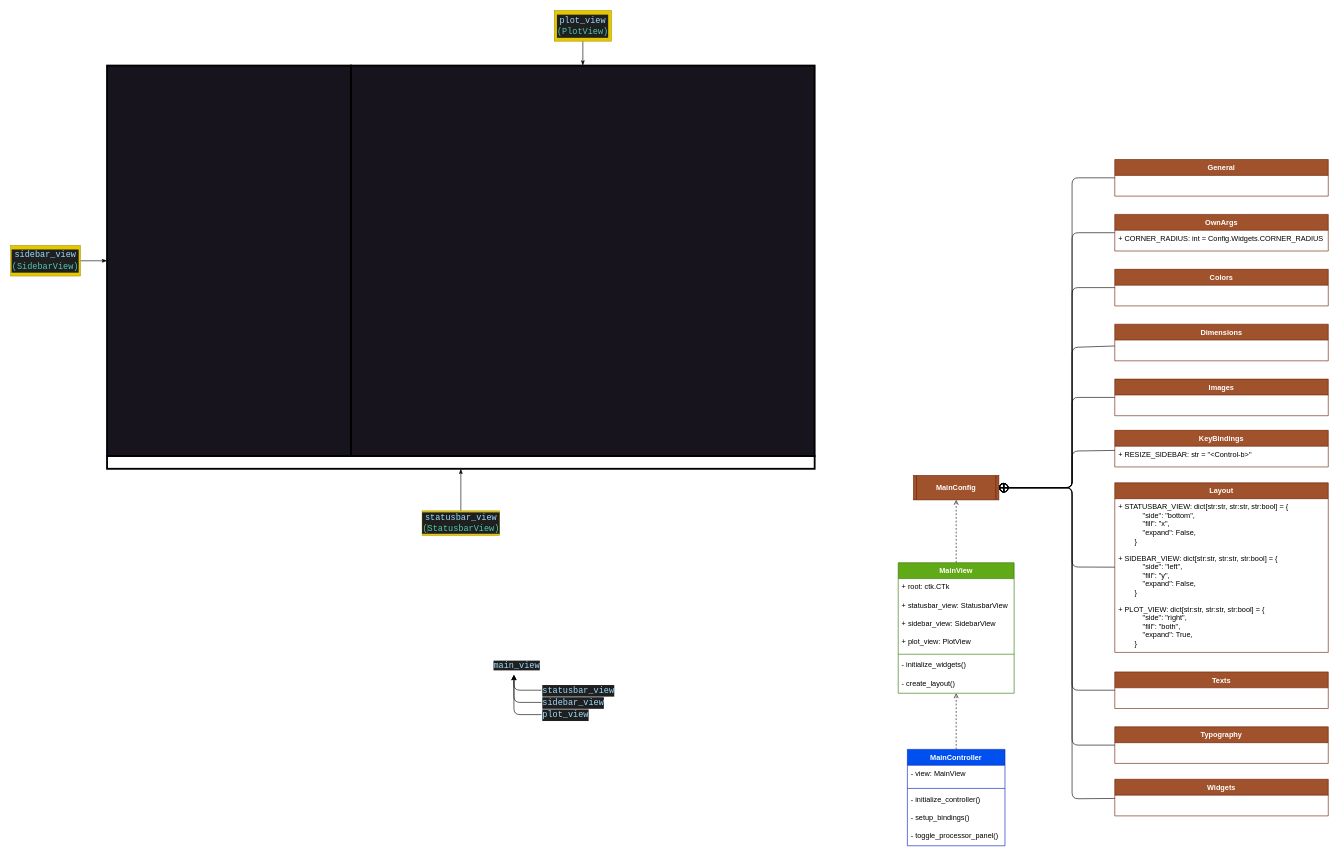
Before: documentation/main_ui.drawio in SamerKharabish/CSVision, a draw.io diagram. Source tidied: cells renumbered, new cells numbered last; positions are measured from the earlier drawing's top-left corner, leaving out a move shared by most shapes. Both pictures are drawn from the tidied source at 61%, with x=0, y=0 at pixel (10, 10).
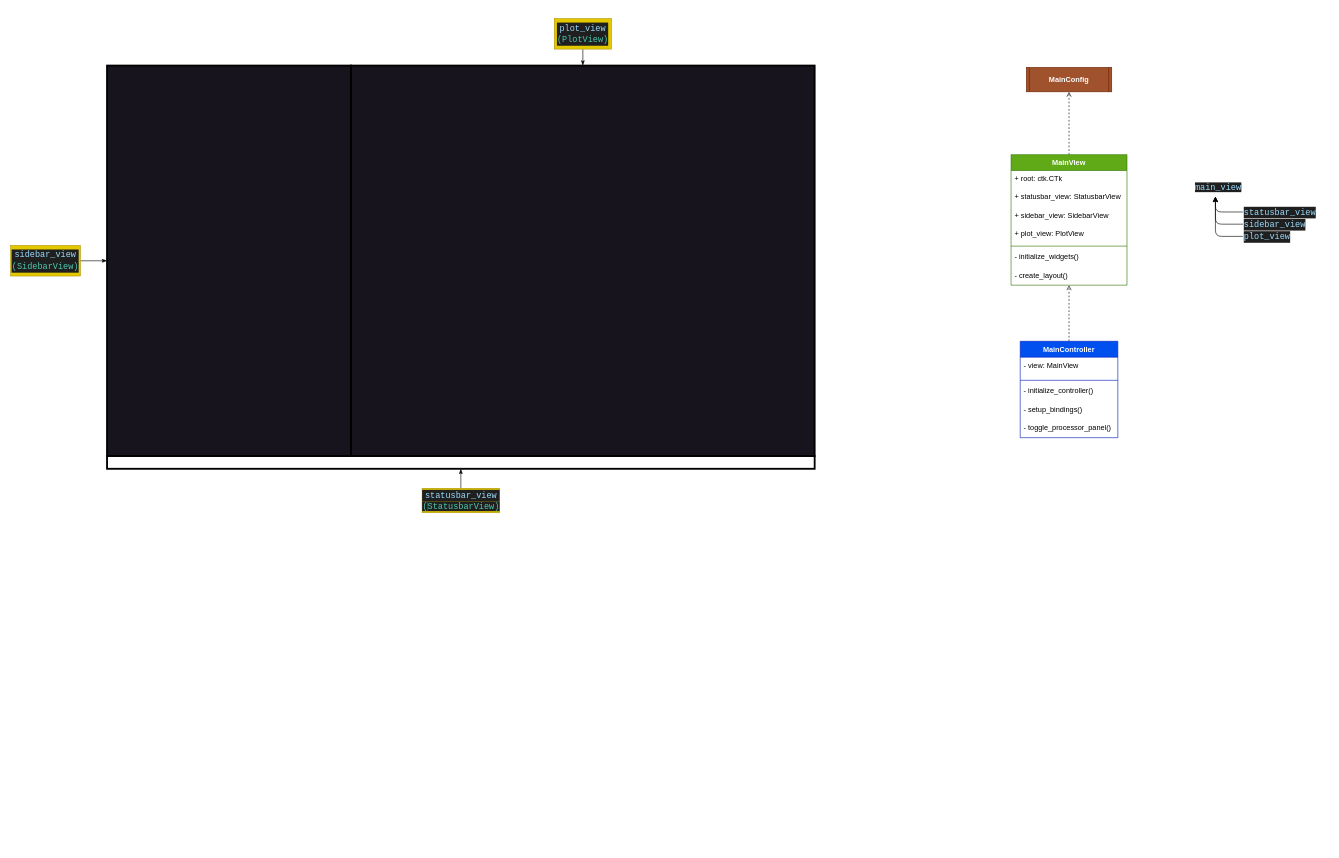
The same page after the edit.

The edit, as a diff of the source:
```diff
@@
     <mxCell id="8" value="&lt;div style=&quot;color: rgb(204, 204, 204); background-color: rgb(31, 31, 31); font-family: Consolas, &amp;quot;Courier New&amp;quot;, monospace; font-size: 14px; line-height: 19px;&quot;&gt;&lt;span style=&quot;color: #9cdcfe;&quot;&gt;statusbar_view&lt;/span&gt;&lt;/div&gt;&lt;span style=&quot;color: rgb(78, 201, 176); font-family: Consolas, &amp;quot;Courier New&amp;quot;, monospace; font-size: 14px; background-color: rgb(31, 31, 31);&quot;&gt;(&lt;/span&gt;&lt;span style=&quot;color: rgb(78, 201, 176); background-color: rgb(31, 31, 31); font-family: Consolas, &amp;quot;Courier New&amp;quot;, monospace; font-size: 14px;&quot;&gt;StatusbarView)&lt;/span&gt;&lt;span style=&quot;color: rgb(78, 201, 176); font-family: Consolas, &amp;quot;Courier New&amp;quot;, monospace; font-size: 14px; background-color: rgb(31, 31, 31);&quot;&gt;&lt;br&gt;&lt;/span&gt;" style="text;html=1;strokeColor=#B09500;fillColor=#e3c800;align=center;verticalAlign=middle;whiteSpace=wrap;rounded=0;fontColor=#000000;" parent="1" vertex="1">
-      <mxGeometry x="674.5" y="820" width="127" height="40" as="geometry" />
+      <mxGeometry x="674.5" y="783" width="127" height="40" as="geometry" />
     </mxCell>
@@
     <mxCell id="11" value="&lt;div style=&quot;color: rgb(204, 204, 204); background-color: rgb(31, 31, 31); font-family: Consolas, &amp;quot;Courier New&amp;quot;, monospace; font-weight: normal; font-size: 14px; line-height: 19px;&quot;&gt;&lt;div style=&quot;line-height: 19px;&quot;&gt;&lt;div style=&quot;line-height: 19px;&quot;&gt;&lt;div style=&quot;line-height: 19px;&quot;&gt;&lt;div style=&quot;line-height: 19px;&quot;&gt;&lt;div style=&quot;line-height: 19px;&quot;&gt;&lt;div style=&quot;line-height: 19px;&quot;&gt;&lt;span style=&quot;color: #9cdcfe;&quot;&gt;plot_view&lt;/span&gt;&lt;/div&gt;&lt;/div&gt;&lt;/div&gt;&lt;div style=&quot;line-height: 19px;&quot;&gt;&lt;span style=&quot;color: #4ec9b0;&quot;&gt;(&lt;/span&gt;&lt;span style=&quot;color: rgb(78, 201, 176);&quot;&gt;PlotView&lt;/span&gt;&lt;span style=&quot;color: rgb(78, 201, 176);&quot;&gt;)&lt;/span&gt;&lt;br&gt;&lt;/div&gt;&lt;/div&gt;&lt;/div&gt;&lt;/div&gt;&lt;/div&gt;" style="text;whiteSpace=wrap;html=1;align=center;fillColor=#e3c800;fontColor=#000000;strokeColor=#B09500;" parent="1" vertex="1">
-      <mxGeometry x="891.2" width="93.6" height="50" as="geometry" />
+      <mxGeometry x="891.2" y="13" width="93.6" height="50" as="geometry" />
     </mxCell>
     <mxCell id="12" value="&lt;span style=&quot;color: rgb(156, 220, 254); font-family: Consolas, &amp;quot;Courier New&amp;quot;, monospace; font-size: 14px; text-align: center; background-color: rgb(31, 31, 31);&quot;&gt;main_view&lt;/span&gt;" style="text;whiteSpace=wrap;html=1;" parent="1" vertex="1">
-      <mxGeometry x="790" y="1059" width="70" height="30" as="geometry" />
+      <mxGeometry x="1940" y="275" width="70" height="30" as="geometry" />
     </mxCell>
     <mxCell id="13" style="edgeStyle=none;html=1;entryX=0.5;entryY=1;entryDx=0;entryDy=0;" parent="1" edge="1" source="14" target="12">
       <mxGeometry relative="1" as="geometry">
         <Array as="points">
-          <mxPoint x="825" y="1114" />
+          <mxPoint x="1975" y="330" />
         </Array>
       </mxGeometry>
     </mxCell>
     <mxCell id="14" value="&lt;div style=&quot;color: rgb(204, 204, 204); background-color: rgb(31, 31, 31); font-family: Consolas, &amp;quot;Courier New&amp;quot;, monospace; font-size: 14px; line-height: 19px;&quot;&gt;&lt;span style=&quot;color: #9cdcfe;&quot;&gt;statusbar_view&lt;/span&gt;&lt;/div&gt;" style="text;whiteSpace=wrap;html=1;" parent="1" vertex="1">
-      <mxGeometry x="870" y="1099" width="120" height="30" as="geometry" />
+      <mxGeometry x="2020" y="315" width="120" height="30" as="geometry" />
     </mxCell>
     <mxCell id="15" style="edgeStyle=none;html=1;entryX=0.5;entryY=1;entryDx=0;entryDy=0;" parent="1" edge="1" source="16" target="12">
       <mxGeometry relative="1" as="geometry">
         <Array as="points">
-          <mxPoint x="825" y="1134" />
+          <mxPoint x="1975" y="350" />
         </Array>
       </mxGeometry>
     </mxCell>
     <mxCell id="16" value="&lt;div style=&quot;color: rgb(204, 204, 204); background-color: rgb(31, 31, 31); font-family: Consolas, &amp;quot;Courier New&amp;quot;, monospace; font-weight: normal; font-size: 14px; line-height: 19px;&quot;&gt;&lt;div&gt;&lt;span style=&quot;color: #9cdcfe;&quot;&gt;sidebar_view&lt;/span&gt;&lt;/div&gt;&lt;/div&gt;" style="text;whiteSpace=wrap;html=1;" parent="1" vertex="1">
-      <mxGeometry x="870" y="1119" width="100" height="30" as="geometry" />
+      <mxGeometry x="2020" y="335" width="100" height="30" as="geometry" />
     </mxCell>
     <mxCell id="17" style="edgeStyle=none;html=1;entryX=0.5;entryY=1;entryDx=0;entryDy=0;" parent="1" edge="1" source="18" target="12">
       <mxGeometry relative="1" as="geometry">
         <Array as="points">
-          <mxPoint x="825" y="1154" />
+          <mxPoint x="1975" y="370" />
         </Array>
       </mxGeometry>
     </mxCell>
     <mxCell id="18" value="&lt;div style=&quot;color: rgb(204, 204, 204); background-color: rgb(31, 31, 31); font-family: Consolas, &amp;quot;Courier New&amp;quot;, monospace; font-weight: normal; font-size: 14px; line-height: 19px;&quot;&gt;&lt;div&gt;&lt;span style=&quot;color: #9cdcfe;&quot;&gt;plot_view&lt;/span&gt;&lt;/div&gt;&lt;/div&gt;" style="text;whiteSpace=wrap;html=1;" parent="1" vertex="1">
-      <mxGeometry x="870" y="1139" width="70" height="30" as="geometry" />
+      <mxGeometry x="2020" y="355" width="70" height="30" as="geometry" />
     </mxCell>
@@
     <mxCell id="20" value="MainController" style="swimlane;fontStyle=1;align=center;verticalAlign=top;horizontal=1;startSize=26;rounded=0;fillColor=#0050ef;fontColor=#ffffff;strokeColor=#001DBC;" parent="1" vertex="1">
-      <mxGeometry x="1470" y="1211" width="160" height="158" as="geometry" />
+      <mxGeometry x="1655" y="542" width="160" height="158" as="geometry" />
     </mxCell>
@@
     <mxCell id="27" value="MainView" style="swimlane;fontStyle=1;align=center;verticalAlign=top;horizontal=1;startSize=26;rounded=0;fillColor=#60a917;fontColor=#ffffff;strokeColor=#2D7600;" parent="1" vertex="1">
-      <mxGeometry x="1455" y="905" width="190" height="214" as="geometry" />
+      <mxGeometry x="1640" y="236" width="190" height="214" as="geometry" />
     </mxCell>
@@
-    <mxCell id="35" style="edgeStyle=none;html=1;entryX=1;entryY=0.5;entryDx=0;entryDy=0;endArrow=circlePlus;endFill=0;" parent="1" edge="1" source="36" target="37">
-      <mxGeometry relative="1" as="geometry">
-        <Array as="points">
-          <mxPoint x="1740" y="274" />
-          <mxPoint x="1740" y="782" />
-        </Array>
-      </mxGeometry>
-    </mxCell>
-    <mxCell id="36" value="General" style="swimlane;fontStyle=1;align=center;verticalAlign=top;horizontal=1;startSize=26;rounded=0;fillColor=#a0522d;fontColor=#ffffff;strokeColor=#6D1F00;" parent="1" vertex="1">
-      <mxGeometry x="1810" y="244" width="350" height="60" as="geometry" />
-    </mxCell>
     <mxCell id="37" value="MainConfig" style="shape=process2;fixedSize=1;size=5;fontStyle=1;fillColor=#a0522d;fontColor=#ffffff;strokeColor=#6D1F00;" parent="1" vertex="1">
-      <mxGeometry x="1480" y="762" width="140" height="40" as="geometry" />
+      <mxGeometry x="1665" y="93" width="140" height="40" as="geometry" />
     </mxCell>
-    <mxCell id="38" style="edgeStyle=none;html=1;entryX=1;entryY=0.5;entryDx=0;entryDy=0;endArrow=circlePlus;endFill=0;" parent="1" edge="1" source="39" target="37">
-      <mxGeometry relative="1" as="geometry">
-        <Array as="points">
-          <mxPoint x="1740" y="454" />
-          <mxPoint x="1740" y="782" />
-        </Array>
-      </mxGeometry>
-    </mxCell>
-    <mxCell id="39" value="Colors" style="swimlane;fontStyle=1;align=center;verticalAlign=top;horizontal=1;startSize=26;rounded=0;fillColor=#a0522d;fontColor=#ffffff;strokeColor=#6D1F00;" parent="1" vertex="1">
-      <mxGeometry x="1810" y="424" width="350" height="60" as="geometry" />
-    </mxCell>
-    <mxCell id="40" style="edgeStyle=none;html=1;entryX=1;entryY=0.5;entryDx=0;entryDy=0;endArrow=circlePlus;endFill=0;" parent="1" edge="1" source="41" target="37">
-      <mxGeometry relative="1" as="geometry">
-        <Array as="points">
-          <mxPoint x="1740" y="552" />
-          <mxPoint x="1740" y="782" />
-        </Array>
-      </mxGeometry>
-    </mxCell>
-    <mxCell id="41" value="Dimensions" style="swimlane;fontStyle=1;align=center;verticalAlign=top;horizontal=1;startSize=26;rounded=0;fillColor=#a0522d;fontColor=#ffffff;strokeColor=#6D1F00;" parent="1" vertex="1">
-      <mxGeometry x="1810" y="514" width="350" height="60" as="geometry" />
-    </mxCell>
-    <mxCell id="42" style="edgeStyle=none;html=1;entryX=1;entryY=0.5;entryDx=0;entryDy=0;endArrow=circlePlus;endFill=0;" parent="1" edge="1" source="43" target="37">
-      <mxGeometry relative="1" as="geometry">
-        <Array as="points">
-          <mxPoint x="1740" y="634" />
-          <mxPoint x="1740" y="782" />
-        </Array>
-      </mxGeometry>
-    </mxCell>
-    <mxCell id="43" value="Images" style="swimlane;fontStyle=1;align=center;verticalAlign=top;horizontal=1;startSize=26;rounded=0;fillColor=#a0522d;fontColor=#ffffff;strokeColor=#6D1F00;" parent="1" vertex="1">
-      <mxGeometry x="1810" y="604" width="350" height="60" as="geometry" />
-    </mxCell>
-    <mxCell id="44" style="edgeStyle=none;html=1;entryX=1;entryY=0.5;entryDx=0;entryDy=0;endArrow=circlePlus;endFill=0;" parent="1" edge="1" source="45" target="37">
-      <mxGeometry relative="1" as="geometry">
-        <Array as="points">
-          <mxPoint x="1740" y="912" />
-          <mxPoint x="1740" y="782" />
-        </Array>
-      </mxGeometry>
-    </mxCell>
-    <mxCell id="45" value="Layout" style="swimlane;fontStyle=1;align=center;verticalAlign=top;horizontal=1;startSize=26;rounded=0;fillColor=#a0522d;fontColor=#ffffff;strokeColor=#6D1F00;" parent="1" vertex="1">
-      <mxGeometry x="1810" y="774" width="350" height="278" as="geometry" />
-    </mxCell>
-    <mxCell id="46" value="+ STATUSBAR_VIEW: dict[str:str, str:str, str:bool] = {&#10;            &quot;side&quot;: &quot;bottom&quot;,&#10;            &quot;fill&quot;: &quot;x&quot;,&#10;            &quot;expand&quot;: False,&#10;        }" style="text;strokeColor=none;fillColor=none;align=left;verticalAlign=top;spacingLeft=4;spacingRight=4;overflow=hidden;rounded=0;" parent="45" vertex="1">
-      <mxGeometry y="26" width="350" height="84" as="geometry" />
-    </mxCell>
-    <mxCell id="47" value="+ SIDEBAR_VIEW: dict[str:str, str:str, str:bool] = {&#10;            &quot;side&quot;: &quot;left&quot;,&#10;            &quot;fill&quot;: &quot;y&quot;,&#10;            &quot;expand&quot;: False,&#10;        }" style="text;strokeColor=none;fillColor=none;align=left;verticalAlign=top;spacingLeft=4;spacingRight=4;overflow=hidden;rounded=0;" parent="45" vertex="1">
-      <mxGeometry y="110" width="350" height="84" as="geometry" />
-    </mxCell>
-    <mxCell id="48" value="+ PLOT_VIEW: dict[str:str, str:str, str:bool] = {&#10;            &quot;side&quot;: &quot;right&quot;,&#10;            &quot;fill&quot;: &quot;both&quot;,&#10;            &quot;expand&quot;: True,&#10;        }" style="text;strokeColor=none;fillColor=none;align=left;verticalAlign=top;spacingLeft=4;spacingRight=4;overflow=hidden;rounded=0;" parent="45" vertex="1">
-      <mxGeometry y="194" width="350" height="84" as="geometry" />
-    </mxCell>
-    <mxCell id="49" style="edgeStyle=none;html=1;entryX=1;entryY=0.5;entryDx=0;entryDy=0;endArrow=circlePlus;endFill=0;" parent="1" edge="1" source="50" target="37">
-      <mxGeometry relative="1" as="geometry">
-        <Array as="points">
-          <mxPoint x="1740" y="1204" />
-          <mxPoint x="1740" y="782" />
-        </Array>
-      </mxGeometry>
-    </mxCell>
-    <mxCell id="50" value="Typography" style="swimlane;fontStyle=1;align=center;verticalAlign=top;horizontal=1;startSize=26;rounded=0;fillColor=#a0522d;fontColor=#ffffff;strokeColor=#6D1F00;" parent="1" vertex="1">
-      <mxGeometry x="1810" y="1174" width="350" height="60" as="geometry" />
-    </mxCell>
-    <mxCell id="51" style="edgeStyle=none;html=1;entryX=1;entryY=0.5;entryDx=0;entryDy=0;endArrow=circlePlus;endFill=0;" parent="1" edge="1" source="52" target="37">
-      <mxGeometry relative="1" as="geometry">
-        <Array as="points">
-          <mxPoint x="1740" y="1114" />
-          <mxPoint x="1740" y="782" />
-        </Array>
-      </mxGeometry>
-    </mxCell>
-    <mxCell id="52" value="Texts" style="swimlane;fontStyle=1;align=center;verticalAlign=top;horizontal=1;startSize=26;rounded=0;fillColor=#a0522d;fontColor=#ffffff;strokeColor=#6D1F00;" parent="1" vertex="1">
-      <mxGeometry x="1810" y="1084" width="350" height="60" as="geometry" />
-    </mxCell>
-    <mxCell id="53" style="edgeStyle=none;html=1;entryX=1;entryY=0.5;entryDx=0;entryDy=0;endArrow=circlePlus;endFill=0;" parent="1" edge="1" source="54" target="37">
-      <mxGeometry relative="1" as="geometry">
-        <Array as="points">
-          <mxPoint x="1740" y="1292" />
-          <mxPoint x="1740" y="782" />
-        </Array>
-      </mxGeometry>
-    </mxCell>
-    <mxCell id="54" value="Widgets" style="swimlane;fontStyle=1;align=center;verticalAlign=top;horizontal=1;startSize=26;rounded=0;fillColor=#a0522d;fontColor=#ffffff;strokeColor=#6D1F00;" parent="1" vertex="1">
-      <mxGeometry x="1810" y="1260" width="350" height="60" as="geometry" />
-    </mxCell>
-    <mxCell id="55" style="edgeStyle=none;html=1;entryX=1;entryY=0.5;entryDx=0;entryDy=0;endArrow=circlePlus;endFill=0;" parent="1" edge="1" source="56" target="37">
-      <mxGeometry relative="1" as="geometry">
-        <Array as="points">
-          <mxPoint x="1740" y="364" />
-          <mxPoint x="1740" y="782" />
-        </Array>
-      </mxGeometry>
-    </mxCell>
-    <mxCell id="56" value="OwnArgs" style="swimlane;fontStyle=1;align=center;verticalAlign=top;horizontal=1;startSize=26;rounded=0;fillColor=#a0522d;fontColor=#ffffff;strokeColor=#6D1F00;" parent="1" vertex="1">
-      <mxGeometry x="1810" y="334" width="350" height="60" as="geometry" />
-    </mxCell>
-    <mxCell id="57" value="+ CORNER_RADIUS: int = Config.Widgets.CORNER_RADIUS" style="text;strokeColor=none;fillColor=none;align=left;verticalAlign=top;spacingLeft=4;spacingRight=4;overflow=hidden;rounded=0;" parent="56" vertex="1">
-      <mxGeometry y="26" width="350" height="34" as="geometry" />
-    </mxCell>
-    <mxCell id="58" style="edgeStyle=none;html=1;entryX=1;entryY=0.5;entryDx=0;entryDy=0;endArrow=circlePlus;endFill=0;" parent="1" edge="1" source="59" target="37">
-      <mxGeometry relative="1" as="geometry">
-        <Array as="points">
-          <mxPoint x="1740" y="722" />
-          <mxPoint x="1740" y="782" />
-        </Array>
-      </mxGeometry>
-    </mxCell>
-    <mxCell id="59" value="KeyBindings" style="swimlane;fontStyle=1;align=center;verticalAlign=top;horizontal=1;startSize=26;rounded=0;fillColor=#a0522d;fontColor=#ffffff;strokeColor=#6D1F00;" parent="1" vertex="1">
-      <mxGeometry x="1810" y="688" width="350" height="60" as="geometry" />
-    </mxCell>
-    <mxCell id="60" value="+ RESIZE_SIDEBAR: str = &quot;&lt;Control-b&gt;&quot;" style="text;strokeColor=none;fillColor=none;align=left;verticalAlign=top;spacingLeft=4;spacingRight=4;overflow=hidden;rounded=0;" parent="59" vertex="1">
-      <mxGeometry y="26" width="350" height="34" as="geometry" />
-    </mxCell>
```
